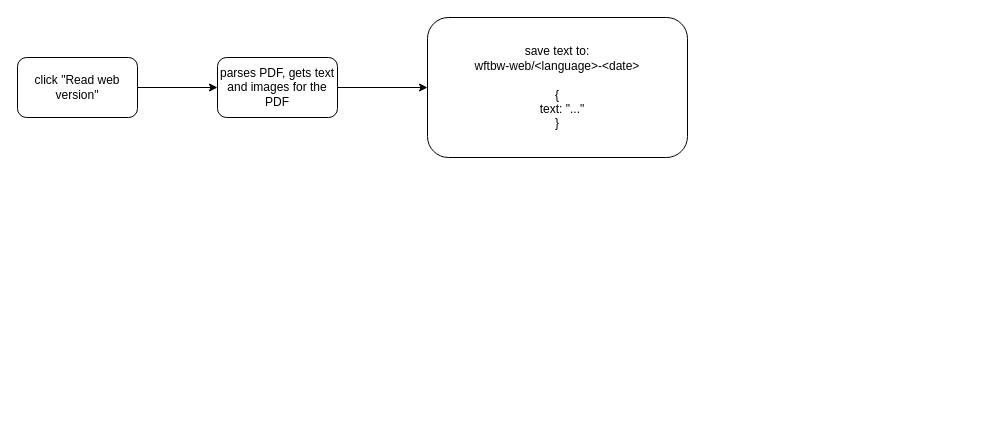
Before: page "Read Web Version" (7 of 7) of my-hfn-pitstop.drawio in appsparkler/draw.io, a draw.io diagram. Source tidied: cells renumbered, new cells numbered last; positions are measured from the earlier drawing's top-left corner, leaving out a move shared by most shapes. Both pictures are drawn from the tidied source at 100%, with x=0, y=0 at pixel (17, 17).
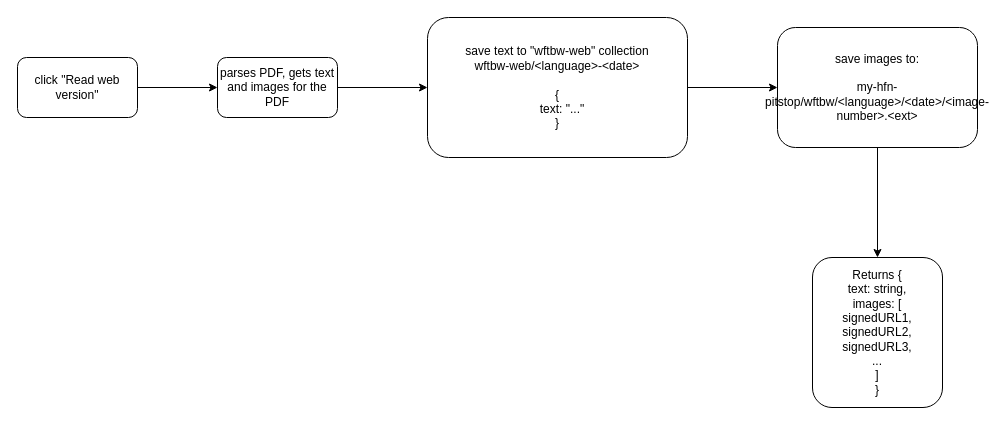
The same page after the edit.

Change to the diagram source:
```diff
@@
 <mxGraphModel>
   <root>
     <mxCell id="0" />
     <mxCell id="1" parent="0" />
     <mxCell id="2" style="edgeStyle=orthogonalEdgeStyle;rounded=0;jettySize=auto;html=1;" parent="1" edge="1" source="3" target="5">
       <mxGeometry relative="1" as="geometry" />
     </mxCell>
     <mxCell id="3" value="click &quot;Read web version&quot;" style="rounded=1;whiteSpace=wrap;html=1;" parent="1" vertex="1">
       <mxGeometry y="40" width="120" height="60" as="geometry" />
     </mxCell>
     <mxCell id="4" style="edgeStyle=orthogonalEdgeStyle;rounded=0;jettySize=auto;html=1;" parent="1" edge="1" source="5" target="6">
       <mxGeometry relative="1" as="geometry" />
     </mxCell>
     <mxCell id="5" value="parses PDF, gets text and images for the PDF" style="whiteSpace=wrap;html=1;rounded=1;" parent="1" vertex="1">
       <mxGeometry x="200" y="40" width="120" height="60" as="geometry" />
     </mxCell>
+    <mxCell id="7" style="edgeStyle=orthogonalEdgeStyle;rounded=0;jettySize=auto;html=1;" parent="1" edge="1" source="6" target="9">
+      <mxGeometry relative="1" as="geometry" />
+    </mxCell>
-    <mxCell id="6" value="save text to:&lt;br&gt;wftbw-web/&amp;lt;language&amp;gt;-&amp;lt;date&amp;gt;&lt;br&gt;&lt;br&gt;{&lt;br&gt;&amp;nbsp; &amp;nbsp;text: &quot;...&quot;&lt;br&gt;}" style="whiteSpace=wrap;html=1;rounded=1;" parent="1" vertex="1">
+    <mxCell id="6" value="save text to &quot;wftbw-web&quot; collection&lt;br&gt;wftbw-web/&amp;lt;language&amp;gt;-&amp;lt;date&amp;gt;&lt;br&gt;&lt;br&gt;{&lt;br&gt;&amp;nbsp; &amp;nbsp;text: &quot;...&quot;&lt;br&gt;}" style="whiteSpace=wrap;html=1;rounded=1;" parent="1" vertex="1">
       <mxGeometry x="410" width="260" height="140" as="geometry" />
     </mxCell>
+    <mxCell id="8" style="edgeStyle=orthogonalEdgeStyle;rounded=0;jettySize=auto;html=1;" parent="1" edge="1" source="9" target="10">
+      <mxGeometry relative="1" as="geometry" />
+    </mxCell>
+    <mxCell id="9" value="save images to:&lt;br&gt;&lt;br&gt;my-hfn-pitstop/wftbw/&amp;lt;language&amp;gt;/&amp;lt;date&amp;gt;/&amp;lt;image-number&amp;gt;.&amp;lt;ext&amp;gt;" style="whiteSpace=wrap;html=1;rounded=1;" parent="1" vertex="1">
+      <mxGeometry x="760" y="10" width="200" height="120" as="geometry" />
+    </mxCell>
+    <mxCell id="10" value="Returns {&lt;br&gt;&lt;div&gt;text: string,&lt;/div&gt;&lt;div&gt;images: [&lt;/div&gt;&lt;div&gt;signedURL1,&lt;br&gt;signedURL2,&lt;br&gt;signedURL3,&lt;br&gt;...&lt;/div&gt;&lt;div&gt;]&lt;/div&gt;}" style="whiteSpace=wrap;html=1;rounded=1;" parent="1" vertex="1">
+      <mxGeometry x="795" y="240" width="130" height="150" as="geometry" />
+    </mxCell>
   </root>
 </mxGraphModel>
```
